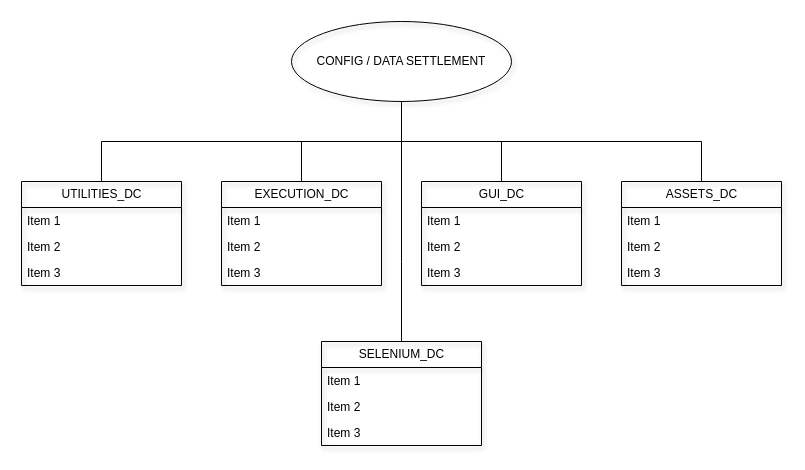
The draw.io diagram page "ENV & CONSTANTS" (2 of 7) of scheme.drawio in SplishBoom/Transkript-Manager, before the edit. Source tidied: cells renumbered, new cells numbered last; positions are measured from the earlier drawing's top-left corner, leaving out a move shared by most shapes. Both pictures are drawn from the tidied source at 100%, with x=0, y=0 at pixel (21, 21).
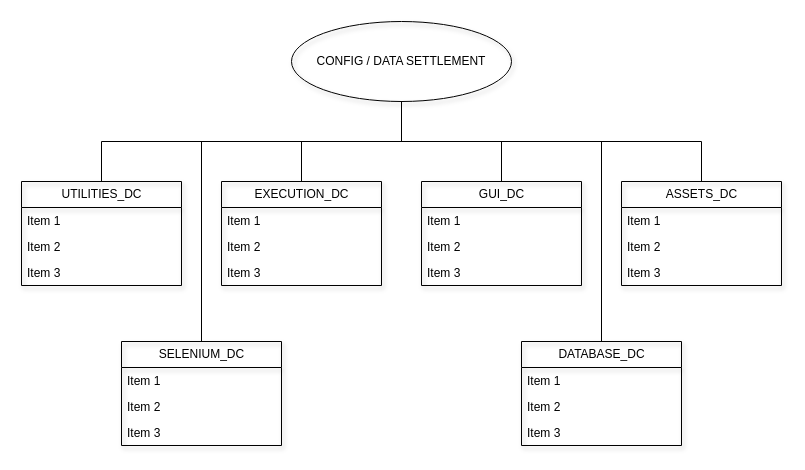
After the change.

Commit message:
update scheme for database data class

The change refers to these unchanged cells:
```xml
<mxCell id="2" value="CONFIG / DATA SETTLEMENT" style="ellipse;whiteSpace=wrap;html=1;shadow=1;sketch=0;fillColor=none;" parent="1" vertex="1">
  <mxGeometry x="270" width="220" height="80" as="geometry" />
</mxCell>
```

Diff of the diagram source:
```diff
@@
     <mxCell id="23" value="SELENIUM_DC" style="swimlane;fontStyle=0;horizontal=1;startSize=26;fillColor=none;html=1;shadow=1;sketch=0;" parent="1" vertex="1">
-      <mxGeometry x="300" y="320" width="160" height="104" as="geometry" />
+      <mxGeometry x="100" y="320" width="160" height="104" as="geometry" />
     </mxCell>
@@
     <mxCell id="27" style="edgeStyle=elbowEdgeStyle;elbow=vertical;sourcePerimeterSpacing=0;targetPerimeterSpacing=0;startArrow=none;endArrow=none;rounded=0;curved=0;entryX=0.5;entryY=1;entryDx=0;entryDy=0;exitX=0.5;exitY=0;exitDx=0;exitDy=0;" parent="1" edge="1" source="23" target="2">
       <mxGeometry relative="1" as="geometry">
         <Array as="points">
-          <mxPoint x="380" y="240" />
+          <mxPoint x="280" y="120" />
         </Array>
       </mxGeometry>
     </mxCell>
+    <mxCell id="28" value="DATABASE_DC" style="swimlane;fontStyle=0;horizontal=1;startSize=26;fillColor=none;html=1;shadow=1;sketch=0;" parent="1" vertex="1">
+      <mxGeometry x="500" y="320" width="160" height="104" as="geometry" />
+    </mxCell>
+    <mxCell id="29" value="Item 1" style="text;strokeColor=none;fillColor=none;align=left;verticalAlign=top;spacingLeft=4;spacingRight=4;overflow=hidden;whiteSpace=wrap;html=1;shadow=1;sketch=0;" parent="28" vertex="1">
+      <mxGeometry y="26" width="160" height="26" as="geometry" />
+    </mxCell>
+    <mxCell id="30" value="Item 2" style="text;strokeColor=none;fillColor=none;align=left;verticalAlign=top;spacingLeft=4;spacingRight=4;overflow=hidden;whiteSpace=wrap;html=1;shadow=1;sketch=0;" parent="28" vertex="1">
+      <mxGeometry y="52" width="160" height="26" as="geometry" />
+    </mxCell>
+    <mxCell id="31" value="Item 3" style="text;strokeColor=none;fillColor=none;align=left;verticalAlign=top;spacingLeft=4;spacingRight=4;overflow=hidden;whiteSpace=wrap;html=1;shadow=1;sketch=0;" parent="28" vertex="1">
+      <mxGeometry y="78" width="160" height="26" as="geometry" />
+    </mxCell>
+    <mxCell id="32" style="edgeStyle=elbowEdgeStyle;elbow=vertical;sourcePerimeterSpacing=0;targetPerimeterSpacing=0;startArrow=none;endArrow=none;rounded=0;curved=0;entryX=0.5;entryY=1;entryDx=0;entryDy=0;exitX=0.5;exitY=0;exitDx=0;exitDy=0;" parent="1" edge="1" source="28" target="2">
+      <mxGeometry relative="1" as="geometry">
+        <Array as="points">
+          <mxPoint x="580" y="120" />
+        </Array>
+      </mxGeometry>
+    </mxCell>
```
